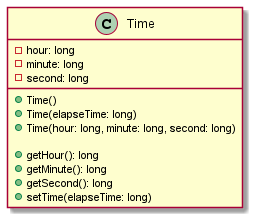
The PlantUML diagram Introduction_to_Java_Programming/src/main/java/chapter10/exercise/exercise10_01/TimeDiagram.png in emaphis/Introduction_to_Java_Programming, before a commit. Its diagram source:
```plantuml
@startuml
class Time {
    -hour: long
    -minute: long
    -second: long

    +Time()
    +Time(elapseTime: long)
    +Time(hour: long, minute: long, second: long)

    +getHour(): long
    +getMinute(): long
    +getSecond(): long
    +setTime(elapseTime: long)
}
@enduml
```
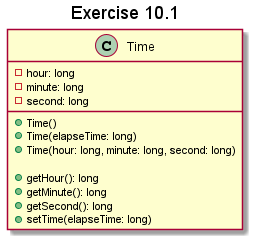
After the change.

Diff of the diagram source:
```diff
@@ -1,4 +1,5 @@
-@startuml
+@startuml exer10.1
+title Exercise 10.1
 class Time {
     -hour: long
     -minute: long
```
